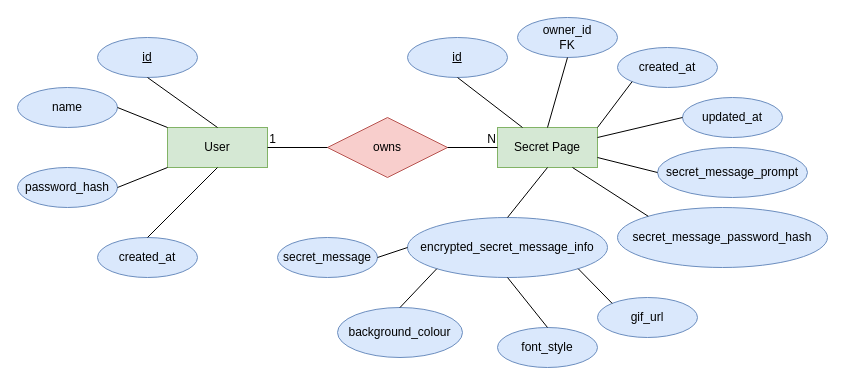
Earlier version of the draw.io diagram docs/database-diagram.drawio (srijanravisankar/secrets). Source tidied: cells renumbered, new cells numbered last; positions are measured from the earlier drawing's top-left corner, leaving out a move shared by most shapes. Both pictures are drawn from the tidied source at 100%, with x=0, y=0 at pixel (17, 17).
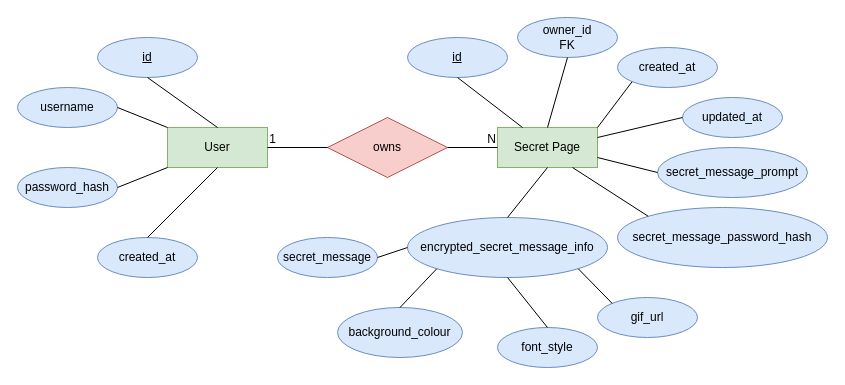
The same diagram, later.

The edit, as a diff of the source:
```diff
@@
-    <mxCell id="12" value="name" style="ellipse;whiteSpace=wrap;html=1;align=center;fillColor=#dae8fc;strokeColor=#6c8ebf;" parent="1" vertex="1">
+    <mxCell id="12" value="username" style="ellipse;whiteSpace=wrap;html=1;align=center;fillColor=#dae8fc;strokeColor=#6c8ebf;" parent="1" vertex="1">
       <mxGeometry y="70" width="100" height="40" as="geometry" />
     </mxCell>
```
